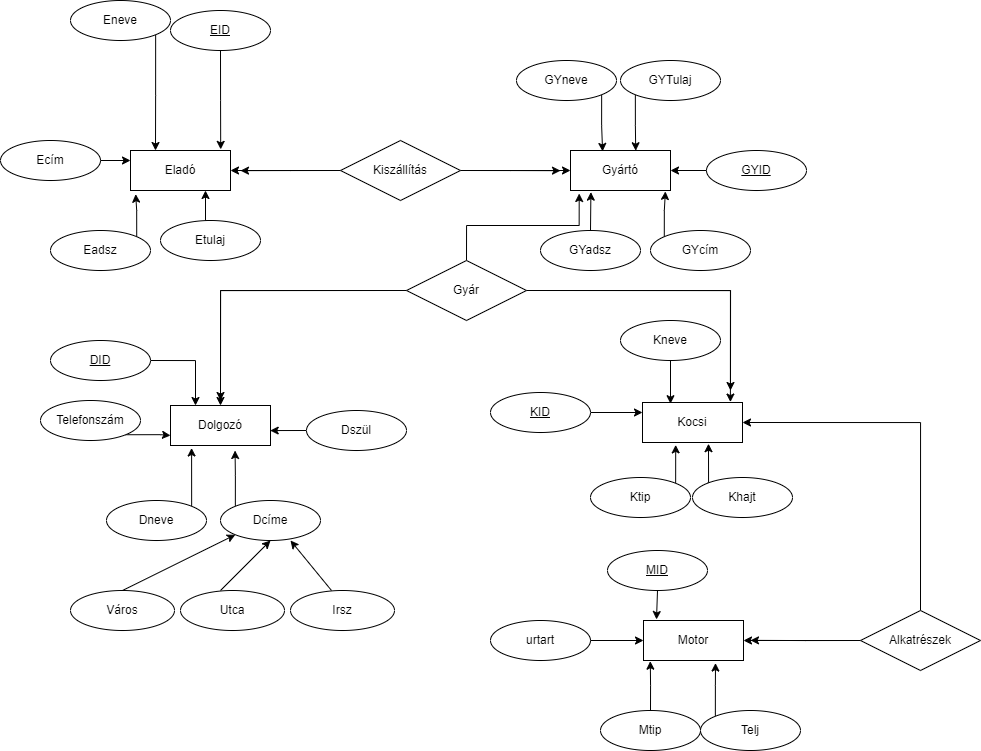
K-Tamas01/N7D1L5_XMLGyak keeps this draw.io diagram as XML_N7D1L5_Beadandó/N7D1L5_ER.png. Above is the earlier version. Source tidied: cells renumbered, new cells last; positions are measured from the earlier drawing's top-left corner, leaving out a move shared by most shapes.
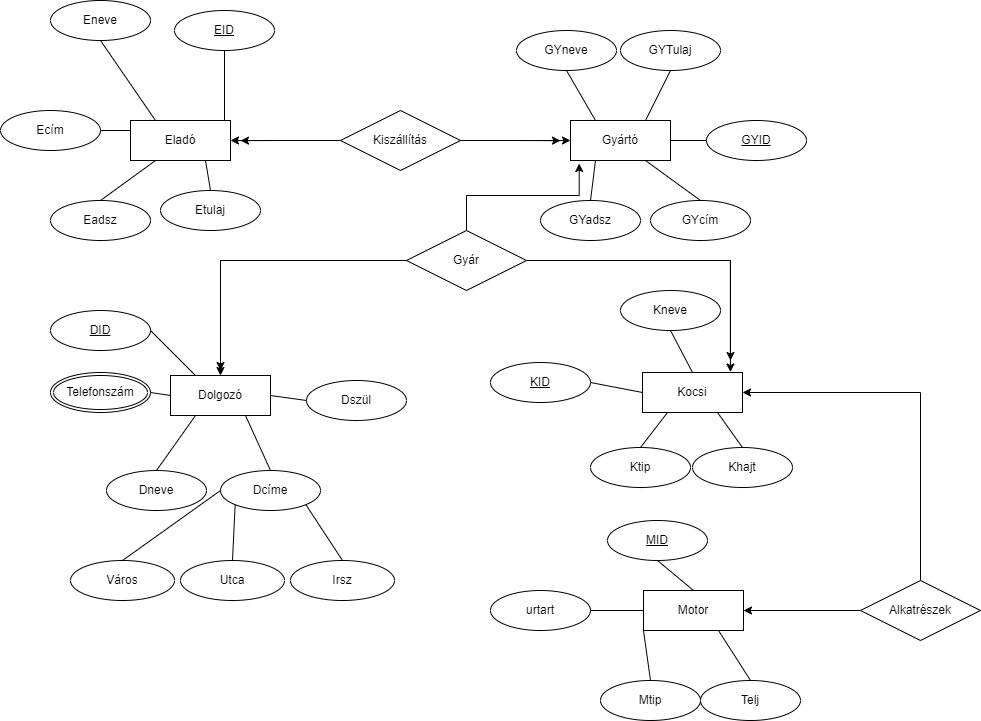
The same diagram one commit later.

Change to the diagram source:
```diff
@@ -20,11 +20,6 @@
     <mxCell id="7" style="edgeStyle=orthogonalEdgeStyle;rounded=0;jettySize=auto;html=1;exitX=0;exitY=0.5;exitDx=0;exitDy=0;entryX=1;entryY=0.5;entryDx=0;entryDy=0;" parent="1" edge="1" source="10" target="6">
       <mxGeometry relative="1" as="geometry" />
     </mxCell>
-    <mxCell id="8" style="edgeStyle=orthogonalEdgeStyle;rounded=0;jettySize=auto;html=1;exitX=0;exitY=0.5;exitDx=0;exitDy=0;" parent="1" edge="1" source="10">
-      <mxGeometry relative="1" as="geometry">
-        <mxPoint x="750" y="639.9" as="targetPoint" />
-      </mxGeometry>
-    </mxCell>
     <mxCell id="9" style="edgeStyle=orthogonalEdgeStyle;rounded=0;jettySize=auto;html=1;exitX=0.5;exitY=0;exitDx=0;exitDy=0;entryX=1;entryY=0.5;entryDx=0;entryDy=0;" parent="1" edge="1" source="10" target="5">
       <mxGeometry relative="1" as="geometry" />
     </mxCell>
@@ -72,146 +67,72 @@
     <mxCell id="21" value="Kiszállítás" style="shape=rhombus;perimeter=rhombusPerimeter;whiteSpace=wrap;html=1;align=center;" parent="1" vertex="1">
       <mxGeometry x="340" y="140" width="120" height="60" as="geometry" />
     </mxCell>
-    <mxCell id="22" style="edgeStyle=orthogonalEdgeStyle;rounded=0;jettySize=auto;html=1;exitX=1;exitY=1;exitDx=0;exitDy=0;entryX=0.25;entryY=0;entryDx=0;entryDy=0;" parent="1" edge="1" source="23" target="2">
-      <mxGeometry relative="1" as="geometry" />
-    </mxCell>
     <mxCell id="23" value="Eneve" style="ellipse;whiteSpace=wrap;html=1;align=center;" parent="1" vertex="1">
-      <mxGeometry x="70" width="100" height="40" as="geometry" />
+      <mxGeometry x="50" y="30" width="100" height="40" as="geometry" />
     </mxCell>
-    <mxCell id="24" style="edgeStyle=orthogonalEdgeStyle;rounded=0;jettySize=auto;html=1;exitX=0.5;exitY=1;exitDx=0;exitDy=0;entryX=0.902;entryY=-0.028;entryDx=0;entryDy=0;entryPerimeter=0;" parent="1" edge="1" source="25" target="2">
-      <mxGeometry relative="1" as="geometry" />
-    </mxCell>
     <mxCell id="25" value="EID" style="ellipse;whiteSpace=wrap;html=1;align=center;fontStyle=4;" parent="1" vertex="1">
-      <mxGeometry x="170" y="10" width="100" height="40" as="geometry" />
+      <mxGeometry x="174" y="40" width="100" height="40" as="geometry" />
     </mxCell>
-    <mxCell id="26" style="edgeStyle=orthogonalEdgeStyle;rounded=0;jettySize=auto;html=1;exitX=1;exitY=0.5;exitDx=0;exitDy=0;entryX=0;entryY=0.25;entryDx=0;entryDy=0;" parent="1" edge="1" source="27" target="2">
-      <mxGeometry relative="1" as="geometry" />
-    </mxCell>
     <mxCell id="27" value="Ecím" style="ellipse;whiteSpace=wrap;html=1;align=center;" parent="1" vertex="1">
       <mxGeometry y="140" width="100" height="40" as="geometry" />
     </mxCell>
-    <mxCell id="28" style="edgeStyle=orthogonalEdgeStyle;rounded=0;jettySize=auto;html=1;exitX=1;exitY=0;exitDx=0;exitDy=0;entryX=0.052;entryY=1.092;entryDx=0;entryDy=0;entryPerimeter=0;" parent="1" edge="1" source="29" target="2">
-      <mxGeometry relative="1" as="geometry" />
-    </mxCell>
     <mxCell id="29" value="Eadsz" style="ellipse;whiteSpace=wrap;html=1;align=center;" parent="1" vertex="1">
       <mxGeometry x="50" y="230" width="100" height="40" as="geometry" />
     </mxCell>
-    <mxCell id="30" style="edgeStyle=orthogonalEdgeStyle;rounded=0;jettySize=auto;html=1;exitX=0.5;exitY=0;exitDx=0;exitDy=0;entryX=0.75;entryY=1;entryDx=0;entryDy=0;" parent="1" edge="1" source="31" target="2">
-      <mxGeometry relative="1" as="geometry" />
-    </mxCell>
     <mxCell id="31" value="Etulaj" style="ellipse;whiteSpace=wrap;html=1;align=center;" parent="1" vertex="1">
       <mxGeometry x="160" y="220" width="100" height="40" as="geometry" />
     </mxCell>
-    <mxCell id="32" style="edgeStyle=orthogonalEdgeStyle;rounded=0;jettySize=auto;html=1;exitX=1;exitY=1;exitDx=0;exitDy=0;entryX=0.321;entryY=0.023;entryDx=0;entryDy=0;entryPerimeter=0;" parent="1" edge="1" source="33" target="3">
-      <mxGeometry relative="1" as="geometry" />
-    </mxCell>
     <mxCell id="33" value="GYneve" style="ellipse;whiteSpace=wrap;html=1;align=center;" parent="1" vertex="1">
       <mxGeometry x="516" y="60" width="100" height="40" as="geometry" />
     </mxCell>
-    <mxCell id="34" style="edgeStyle=orthogonalEdgeStyle;rounded=0;jettySize=auto;html=1;exitX=0;exitY=1;exitDx=0;exitDy=0;entryX=0.652;entryY=0.006;entryDx=0;entryDy=0;entryPerimeter=0;" parent="1" edge="1" source="35" target="3">
-      <mxGeometry relative="1" as="geometry" />
-    </mxCell>
     <mxCell id="35" value="GYTulaj" style="ellipse;whiteSpace=wrap;html=1;align=center;" parent="1" vertex="1">
       <mxGeometry x="620" y="60" width="100" height="40" as="geometry" />
     </mxCell>
-    <mxCell id="36" style="edgeStyle=orthogonalEdgeStyle;rounded=0;jettySize=auto;html=1;exitX=0;exitY=0.5;exitDx=0;exitDy=0;entryX=1;entryY=0.5;entryDx=0;entryDy=0;" parent="1" edge="1" source="37" target="3">
-      <mxGeometry relative="1" as="geometry" />
-    </mxCell>
     <mxCell id="37" value="GYID" style="ellipse;whiteSpace=wrap;html=1;align=center;fontStyle=4;" parent="1" vertex="1">
       <mxGeometry x="706" y="150" width="100" height="40" as="geometry" />
     </mxCell>
-    <mxCell id="38" style="edgeStyle=orthogonalEdgeStyle;rounded=0;jettySize=auto;html=1;exitX=0;exitY=0;exitDx=0;exitDy=0;entryX=0.949;entryY=1.023;entryDx=0;entryDy=0;entryPerimeter=0;" parent="1" edge="1" source="39" target="3">
-      <mxGeometry relative="1" as="geometry" />
-    </mxCell>
     <mxCell id="39" value="GYcím" style="ellipse;whiteSpace=wrap;html=1;align=center;" parent="1" vertex="1">
       <mxGeometry x="650" y="230" width="100" height="40" as="geometry" />
     </mxCell>
-    <mxCell id="40" style="edgeStyle=orthogonalEdgeStyle;rounded=0;jettySize=auto;html=1;exitX=0.5;exitY=0;exitDx=0;exitDy=0;entryX=0.204;entryY=1.041;entryDx=0;entryDy=0;entryPerimeter=0;" parent="1" edge="1" source="41" target="3">
-      <mxGeometry relative="1" as="geometry" />
-    </mxCell>
     <mxCell id="41" value="GYadsz" style="ellipse;whiteSpace=wrap;html=1;align=center;" parent="1" vertex="1">
       <mxGeometry x="540" y="230" width="100" height="40" as="geometry" />
     </mxCell>
-    <mxCell id="42" style="edgeStyle=orthogonalEdgeStyle;rounded=0;jettySize=auto;html=1;exitX=1;exitY=0.5;exitDx=0;exitDy=0;entryX=0.25;entryY=0;entryDx=0;entryDy=0;" parent="1" edge="1" source="43" target="4">
-      <mxGeometry relative="1" as="geometry" />
-    </mxCell>
     <mxCell id="43" value="DID" style="ellipse;whiteSpace=wrap;html=1;align=center;fontStyle=4;" parent="1" vertex="1">
       <mxGeometry x="50" y="340" width="100" height="40" as="geometry" />
     </mxCell>
-    <mxCell id="44" style="edgeStyle=orthogonalEdgeStyle;rounded=0;jettySize=auto;html=1;exitX=1;exitY=0;exitDx=0;exitDy=0;entryX=0.211;entryY=1.062;entryDx=0;entryDy=0;entryPerimeter=0;" parent="1" edge="1" source="45" target="4">
-      <mxGeometry relative="1" as="geometry" />
-    </mxCell>
     <mxCell id="45" value="Dneve" style="ellipse;whiteSpace=wrap;html=1;align=center;" parent="1" vertex="1">
       <mxGeometry x="106" y="500" width="100" height="40" as="geometry" />
     </mxCell>
-    <mxCell id="46" style="edgeStyle=orthogonalEdgeStyle;rounded=0;jettySize=auto;html=1;exitX=0;exitY=0;exitDx=0;exitDy=0;" parent="1" edge="1" source="47">
-      <mxGeometry relative="1" as="geometry">
-        <mxPoint x="234.6" y="450" as="targetPoint" />
-      </mxGeometry>
-    </mxCell>
     <mxCell id="47" value="Dcíme" style="ellipse;whiteSpace=wrap;html=1;align=center;" parent="1" vertex="1">
       <mxGeometry x="220" y="500" width="100" height="40" as="geometry" />
     </mxCell>
-    <mxCell id="48" style="edgeStyle=orthogonalEdgeStyle;rounded=0;jettySize=auto;html=1;exitX=0;exitY=0.5;exitDx=0;exitDy=0;entryX=0.997;entryY=0.631;entryDx=0;entryDy=0;entryPerimeter=0;" parent="1" edge="1" source="49" target="4">
-      <mxGeometry relative="1" as="geometry" />
-    </mxCell>
     <mxCell id="49" value="Dszül" style="ellipse;whiteSpace=wrap;html=1;align=center;" parent="1" vertex="1">
       <mxGeometry x="306" y="410" width="100" height="40" as="geometry" />
     </mxCell>
-    <mxCell id="50" style="edgeStyle=orthogonalEdgeStyle;rounded=0;jettySize=auto;html=1;exitX=0.5;exitY=1;exitDx=0;exitDy=0;entryX=0.28;entryY=0.03;entryDx=0;entryDy=0;entryPerimeter=0;" parent="1" edge="1" source="51" target="5">
-      <mxGeometry relative="1" as="geometry" />
-    </mxCell>
     <mxCell id="51" value="Kneve" style="ellipse;whiteSpace=wrap;html=1;align=center;" parent="1" vertex="1">
       <mxGeometry x="620" y="320" width="100" height="40" as="geometry" />
     </mxCell>
-    <mxCell id="52" style="edgeStyle=orthogonalEdgeStyle;rounded=0;jettySize=auto;html=1;exitX=1;exitY=0.5;exitDx=0;exitDy=0;entryX=0;entryY=0.25;entryDx=0;entryDy=0;" parent="1" edge="1" source="53" target="5">
-      <mxGeometry relative="1" as="geometry" />
-    </mxCell>
     <mxCell id="53" value="KID" style="ellipse;whiteSpace=wrap;html=1;align=center;fontStyle=4;" parent="1" vertex="1">
       <mxGeometry x="490" y="392" width="100" height="40" as="geometry" />
     </mxCell>
-    <mxCell id="54" style="edgeStyle=orthogonalEdgeStyle;rounded=0;jettySize=auto;html=1;exitX=1;exitY=0;exitDx=0;exitDy=0;entryX=0.332;entryY=1.06;entryDx=0;entryDy=0;entryPerimeter=0;" parent="1" edge="1" source="55" target="5">
-      <mxGeometry relative="1" as="geometry" />
-    </mxCell>
     <mxCell id="55" value="Ktip" style="ellipse;whiteSpace=wrap;html=1;align=center;" parent="1" vertex="1">
       <mxGeometry x="590" y="477" width="100" height="40" as="geometry" />
     </mxCell>
-    <mxCell id="56" style="edgeStyle=orthogonalEdgeStyle;rounded=0;jettySize=auto;html=1;exitX=0;exitY=0;exitDx=0;exitDy=0;entryX=0.66;entryY=1.03;entryDx=0;entryDy=0;entryPerimeter=0;" parent="1" edge="1" source="57" target="5">
-      <mxGeometry relative="1" as="geometry" />
-    </mxCell>
     <mxCell id="57" value="Khajt" style="ellipse;whiteSpace=wrap;html=1;align=center;" parent="1" vertex="1">
       <mxGeometry x="692" y="477" width="100" height="40" as="geometry" />
     </mxCell>
-    <mxCell id="58" style="edgeStyle=orthogonalEdgeStyle;rounded=0;jettySize=auto;html=1;exitX=0.5;exitY=1;exitDx=0;exitDy=0;entryX=0.13;entryY=-0.025;entryDx=0;entryDy=0;entryPerimeter=0;" parent="1" edge="1" source="59" target="6">
-      <mxGeometry relative="1" as="geometry" />
-    </mxCell>
     <mxCell id="59" value="MID" style="ellipse;whiteSpace=wrap;html=1;align=center;fontStyle=4;" parent="1" vertex="1">
       <mxGeometry x="607" y="550" width="100" height="40" as="geometry" />
     </mxCell>
-    <mxCell id="60" style="edgeStyle=orthogonalEdgeStyle;rounded=0;jettySize=auto;html=1;exitX=1;exitY=0.5;exitDx=0;exitDy=0;entryX=0;entryY=0.5;entryDx=0;entryDy=0;" parent="1" edge="1" source="61" target="6">
-      <mxGeometry relative="1" as="geometry" />
-    </mxCell>
     <mxCell id="61" value="urtart" style="ellipse;whiteSpace=wrap;html=1;align=center;" parent="1" vertex="1">
       <mxGeometry x="490" y="620" width="100" height="40" as="geometry" />
     </mxCell>
-    <mxCell id="62" style="edgeStyle=orthogonalEdgeStyle;rounded=0;jettySize=auto;html=1;exitX=0.5;exitY=0;exitDx=0;exitDy=0;entryX=0.068;entryY=1.017;entryDx=0;entryDy=0;entryPerimeter=0;" parent="1" edge="1" source="63" target="6">
-      <mxGeometry relative="1" as="geometry" />
-    </mxCell>
     <mxCell id="63" value="Mtip" style="ellipse;whiteSpace=wrap;html=1;align=center;" parent="1" vertex="1">
       <mxGeometry x="600" y="710" width="100" height="40" as="geometry" />
     </mxCell>
-    <mxCell id="64" style="edgeStyle=orthogonalEdgeStyle;rounded=0;jettySize=auto;html=1;exitX=0;exitY=0;exitDx=0;exitDy=0;entryX=0.72;entryY=1.064;entryDx=0;entryDy=0;entryPerimeter=0;" parent="1" edge="1" source="65" target="6">
-      <mxGeometry relative="1" as="geometry" />
-    </mxCell>
     <mxCell id="65" value="Telj" style="ellipse;whiteSpace=wrap;html=1;align=center;" parent="1" vertex="1">
       <mxGeometry x="700" y="710" width="100" height="40" as="geometry" />
     </mxCell>
-    <mxCell id="66" style="edgeStyle=orthogonalEdgeStyle;rounded=0;jettySize=auto;html=1;exitX=1;exitY=1;exitDx=0;exitDy=0;entryX=0;entryY=0.75;entryDx=0;entryDy=0;" parent="1" edge="1" source="67" target="4">
-      <mxGeometry relative="1" as="geometry" />
-    </mxCell>
-    <mxCell id="67" value="Telefonszám" style="ellipse;whiteSpace=wrap;html=1;" parent="1" vertex="1">
-      <mxGeometry x="40" y="400" width="100" height="40" as="geometry" />
-    </mxCell>
     <mxCell id="68" value="Utca" style="ellipse;whiteSpace=wrap;html=1;" parent="1" vertex="1">
       <mxGeometry x="180" y="590" width="104" height="40" as="geometry" />
     </mxCell>
@@ -221,19 +142,88 @@
     <mxCell id="70" value="Város" style="ellipse;whiteSpace=wrap;html=1;" parent="1" vertex="1">
       <mxGeometry x="70" y="590" width="104" height="40" as="geometry" />
     </mxCell>
-    <mxCell id="71" style="endArrow=classic;html=1;rounded=0;" parent="1" edge="1">
-      <mxGeometry relative="1" as="geometry">
-        <mxPoint x="220" y="590" as="sourcePoint" />
-        <mxPoint x="270" y="540" as="targetPoint" />
-      </mxGeometry>
-    </mxCell>
-    <mxCell id="72" style="endArrow=classic;html=1;rounded=0;entryX=0.7;entryY=1;entryDx=0;entryDy=0;entryPerimeter=0;" parent="1" edge="1" target="47">
-      <mxGeometry relative="1" as="geometry">
-        <mxPoint x="331" y="590" as="sourcePoint" />
-      </mxGeometry>
-    </mxCell>
+    <mxCell id="67" value="Telefonszám" style="ellipse;shape=doubleEllipse;margin=3;whiteSpace=wrap;html=1;align=center;" parent="1" vertex="1">
+      <mxGeometry x="50" y="402" width="100" height="40" as="geometry" />
+    </mxCell>
+    <mxCell id="74" style="endArrow=none;html=1;rounded=0;exitX=0.25;exitY=0;exitDx=0;exitDy=0;entryX=0.5;entryY=1;entryDx=0;entryDy=0;" parent="1" edge="1" source="2" target="23">
+      <mxGeometry relative="1" as="geometry" />
+    </mxCell>
+    <mxCell id="75" style="endArrow=none;html=1;rounded=0;entryX=0.5;entryY=1;entryDx=0;entryDy=0;" parent="1" edge="1" target="25">
+      <mxGeometry relative="1" as="geometry">
+        <mxPoint x="224" y="150" as="sourcePoint" />
+      </mxGeometry>
+    </mxCell>
+    <mxCell id="26" style="endArrow=none;html=1;rounded=0;exitX=1;exitY=0.5;exitDx=0;exitDy=0;entryX=0;entryY=0.25;entryDx=0;entryDy=0;" parent="1" edge="1" source="27" target="2">
+      <mxGeometry relative="1" as="geometry" />
+    </mxCell>
+    <mxCell id="28" style="endArrow=none;html=1;rounded=0;exitX=0.5;exitY=0;exitDx=0;exitDy=0;entryX=0.25;entryY=1;entryDx=0;entryDy=0;" parent="1" edge="1" source="29" target="2">
+      <mxGeometry relative="1" as="geometry" />
+    </mxCell>
+    <mxCell id="30" style="endArrow=none;html=1;rounded=0;exitX=0.5;exitY=0;exitDx=0;exitDy=0;entryX=0.75;entryY=1;entryDx=0;entryDy=0;" parent="1" edge="1" source="31" target="2">
+      <mxGeometry relative="1" as="geometry" />
+    </mxCell>
+    <mxCell id="66" style="endArrow=none;html=1;rounded=0;exitX=1;exitY=0.5;exitDx=0;exitDy=0;entryX=0;entryY=0.5;entryDx=0;entryDy=0;" parent="1" edge="1" source="67" target="4">
+      <mxGeometry relative="1" as="geometry" />
+    </mxCell>
+    <mxCell id="42" style="endArrow=none;html=1;rounded=0;exitX=1;exitY=0.5;exitDx=0;exitDy=0;entryX=0.25;entryY=0;entryDx=0;entryDy=0;" parent="1" edge="1" source="43" target="4">
+      <mxGeometry relative="1" as="geometry" />
+    </mxCell>
+    <mxCell id="44" style="endArrow=none;html=1;rounded=0;exitX=0.5;exitY=0;exitDx=0;exitDy=0;entryX=0.25;entryY=1;entryDx=0;entryDy=0;" parent="1" edge="1" source="45" target="4">
+      <mxGeometry relative="1" as="geometry" />
+    </mxCell>
+    <mxCell id="76" style="endArrow=none;html=1;rounded=0;entryX=0;entryY=0.5;entryDx=0;entryDy=0;exitX=1;exitY=0.5;exitDx=0;exitDy=0;" parent="1" edge="1" source="4" target="49">
+      <mxGeometry relative="1" as="geometry" />
+    </mxCell>
+    <mxCell id="77" style="endArrow=none;html=1;rounded=0;exitX=0.5;exitY=0;exitDx=0;exitDy=0;entryX=0.75;entryY=1;entryDx=0;entryDy=0;" parent="1" edge="1" source="47" target="4">
+      <mxGeometry relative="1" as="geometry" />
+    </mxCell>
-    <mxCell id="73" style="endArrow=classic;html=1;rounded=0;exitX=0.5;exitY=0;exitDx=0;exitDy=0;entryX=0;entryY=1;entryDx=0;entryDy=0;" parent="1" edge="1" source="70" target="47">
+    <mxCell id="73" style="endArrow=none;html=1;rounded=0;exitX=0.5;exitY=0;exitDx=0;exitDy=0;entryX=0;entryY=0.5;entryDx=0;entryDy=0;" parent="1" edge="1" source="70" target="47">
       <mxGeometry relative="1" as="geometry" />
     </mxCell>
+    <mxCell id="78" style="endArrow=none;html=1;rounded=0;exitX=0.5;exitY=0;exitDx=0;exitDy=0;entryX=0;entryY=1;entryDx=0;entryDy=0;" parent="1" edge="1" source="68" target="47">
+      <mxGeometry relative="1" as="geometry" />
+    </mxCell>
+    <mxCell id="79" style="endArrow=none;html=1;rounded=0;exitX=0.5;exitY=0;exitDx=0;exitDy=0;entryX=1;entryY=1;entryDx=0;entryDy=0;" parent="1" edge="1" source="69" target="47">
+      <mxGeometry relative="1" as="geometry" />
+    </mxCell>
+    <mxCell id="80" style="endArrow=none;html=1;rounded=0;entryX=0.5;entryY=1;entryDx=0;entryDy=0;exitX=0.25;exitY=0;exitDx=0;exitDy=0;" parent="1" edge="1" source="3" target="33">
+      <mxGeometry relative="1" as="geometry" />
+    </mxCell>
+    <mxCell id="81" style="endArrow=none;html=1;rounded=0;entryX=0.5;entryY=1;entryDx=0;entryDy=0;exitX=0.75;exitY=0;exitDx=0;exitDy=0;" parent="1" edge="1" source="3" target="35">
+      <mxGeometry relative="1" as="geometry" />
+    </mxCell>
+    <mxCell id="82" style="endArrow=none;html=1;rounded=0;entryX=0;entryY=0.5;entryDx=0;entryDy=0;exitX=1;exitY=0.5;exitDx=0;exitDy=0;" parent="1" edge="1" source="3" target="37">
+      <mxGeometry relative="1" as="geometry" />
+    </mxCell>
+    <mxCell id="83" style="endArrow=none;html=1;rounded=0;entryX=0.5;entryY=0;entryDx=0;entryDy=0;exitX=0.25;exitY=1;exitDx=0;exitDy=0;" parent="1" edge="1" source="3" target="41">
+      <mxGeometry relative="1" as="geometry" />
+    </mxCell>
+    <mxCell id="84" style="endArrow=none;html=1;rounded=0;entryX=0.5;entryY=0;entryDx=0;entryDy=0;exitX=0.75;exitY=1;exitDx=0;exitDy=0;" parent="1" edge="1" source="3" target="39">
+      <mxGeometry relative="1" as="geometry" />
+    </mxCell>
+    <mxCell id="85" style="endArrow=none;html=1;rounded=0;entryX=0.5;entryY=0;entryDx=0;entryDy=0;exitX=0.75;exitY=1;exitDx=0;exitDy=0;" parent="1" edge="1" source="5" target="57">
+      <mxGeometry relative="1" as="geometry" />
+    </mxCell>
+    <mxCell id="86" style="endArrow=none;html=1;rounded=0;entryX=0.5;entryY=0;entryDx=0;entryDy=0;exitX=0.25;exitY=1;exitDx=0;exitDy=0;" parent="1" edge="1" source="5" target="55">
+      <mxGeometry relative="1" as="geometry" />
+    </mxCell>
+    <mxCell id="87" style="endArrow=none;html=1;rounded=0;entryX=1;entryY=0.5;entryDx=0;entryDy=0;exitX=0;exitY=0.5;exitDx=0;exitDy=0;" parent="1" edge="1" source="5" target="53">
+      <mxGeometry relative="1" as="geometry" />
+    </mxCell>
+    <mxCell id="88" style="endArrow=none;html=1;rounded=0;entryX=0.5;entryY=1;entryDx=0;entryDy=0;exitX=0.5;exitY=0;exitDx=0;exitDy=0;" parent="1" edge="1" source="5" target="51">
+      <mxGeometry relative="1" as="geometry" />
+    </mxCell>
+    <mxCell id="89" style="endArrow=none;html=1;rounded=0;entryX=0.5;entryY=1;entryDx=0;entryDy=0;exitX=0.5;exitY=0;exitDx=0;exitDy=0;" parent="1" edge="1" source="6" target="59">
+      <mxGeometry relative="1" as="geometry" />
+    </mxCell>
+    <mxCell id="90" style="endArrow=none;html=1;rounded=0;entryX=1;entryY=0.5;entryDx=0;entryDy=0;exitX=0;exitY=0.5;exitDx=0;exitDy=0;" parent="1" edge="1" source="6" target="61">
+      <mxGeometry relative="1" as="geometry" />
+    </mxCell>
+    <mxCell id="62" style="endArrow=none;html=1;rounded=0;entryX=0;entryY=1;entryDx=0;entryDy=0;exitX=0.5;exitY=0;exitDx=0;exitDy=0;" parent="1" edge="1" source="63" target="6">
+      <mxGeometry relative="1" as="geometry" />
+    </mxCell>
+    <mxCell id="64" style="endArrow=none;html=1;rounded=0;entryX=0.75;entryY=1;entryDx=0;entryDy=0;exitX=0.5;exitY=0;exitDx=0;exitDy=0;" parent="1" edge="1" source="65" target="6">
+      <mxGeometry relative="1" as="geometry" />
+    </mxCell>
   </root>
 </mxGraphModel>
```
